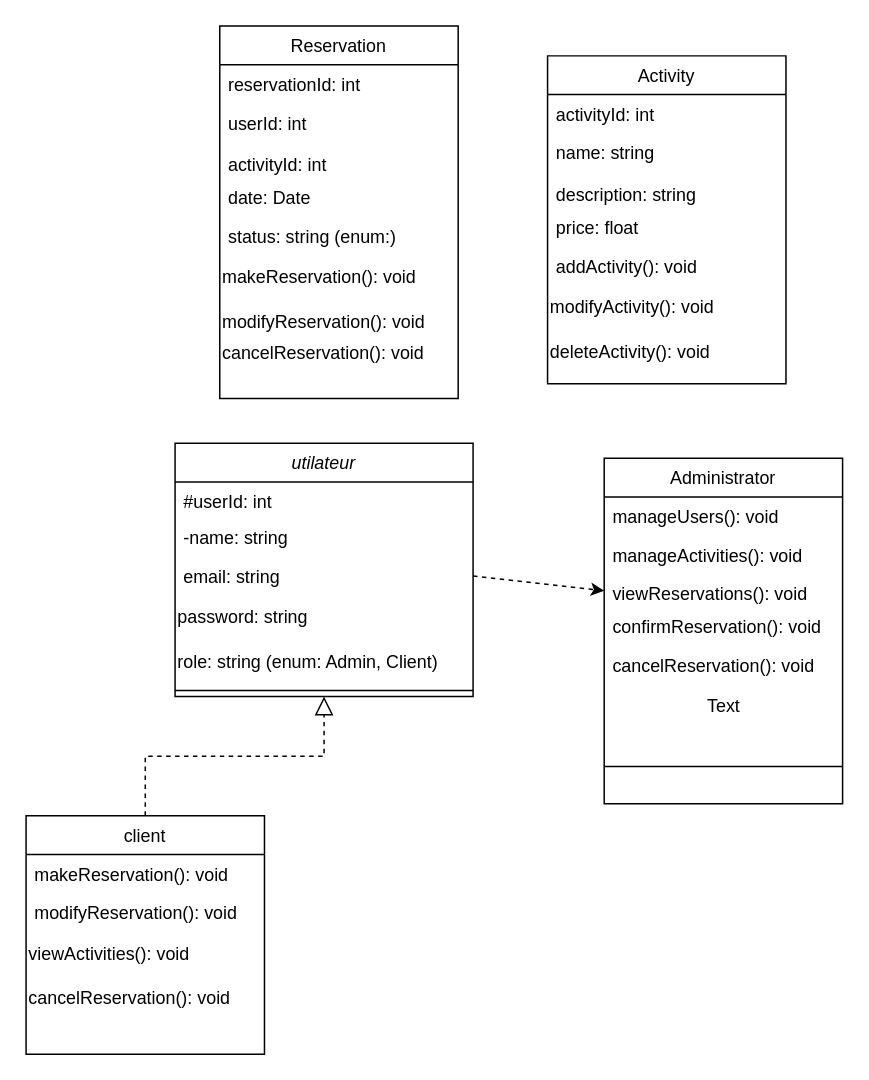
Earlier version of the draw.io diagram diagrame_class.drawio (ligh-cloud/site-de-voyage-2.0). Source tidied: cells renumbered, new cells numbered last; positions are measured from the earlier drawing's top-left corner, leaving out a move shared by most shapes. Both pictures are drawn from the tidied source at 149%, with x=0, y=0 at pixel (25, 25).
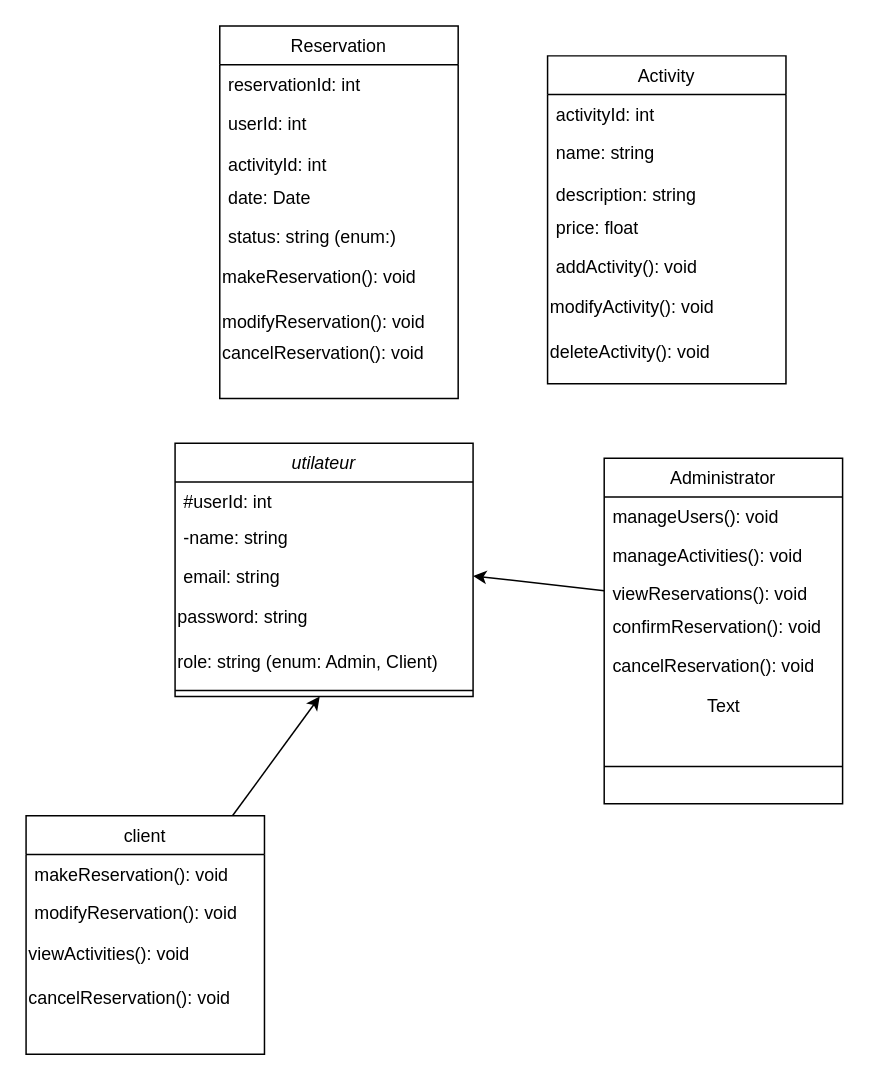
After the change.

Commit message (it also covers changes not shown here):
modifying the sql file

The change refers to these unchanged cells:
```xml
<mxCell id="2" value="utilateur" style="swimlane;fontStyle=2;align=center;verticalAlign=top;horizontal=1;startSize=26;rounded=0;shadow=0;strokeWidth=1;" parent="1" vertex="1">
  <mxGeometry x="100" y="280" width="200" height="170" as="geometry" />
</mxCell>
<mxCell id="5" value="email: string" style="text;align=left;verticalAlign=top;spacingLeft=4;spacingRight=4;overflow=hidden;points=[[0,0.5],[1,0.5]];portConstraint=eastwest;rounded=0;shadow=0;html=0;" parent="2" vertex="1">
  <mxGeometry y="76" width="200" height="26" as="geometry" />
</mxCell>
<mxCell id="8" style="line;html=1;strokeWidth=1;align=left;verticalAlign=middle;spacingTop=-1;spacingLeft=3;spacingRight=3;labelPosition=right;points=[];portConstraint=eastwest;" parent="2" vertex="1">
  <mxGeometry y="162" width="200" height="8" as="geometry" />
</mxCell>
<mxCell id="9" value="client" style="swimlane;fontStyle=0;align=center;verticalAlign=top;horizontal=1;startSize=26;rounded=0;shadow=0;strokeWidth=1;" parent="1" vertex="1">
  <mxGeometry y="530" width="160" height="160" as="geometry" />
</mxCell>
<mxCell id="18" value="viewReservations(): void" style="text;align=left;verticalAlign=top;spacingLeft=4;spacingRight=4;overflow=hidden;points=[[0,0.5],[1,0.5]];portConstraint=eastwest;rounded=0;shadow=0;html=0;" parent="15" vertex="1">
  <mxGeometry y="78" width="160" height="22" as="geometry" />
</mxCell>
```

Diff of the diagram source:
```diff
@@
+    <mxCell id="41" style="edgeStyle=none;html=1;" parent="1" edge="1" source="9" target="8">
+      <mxGeometry relative="1" as="geometry" />
+    </mxCell>
@@
-    <mxCell id="14" style="endArrow=block;endSize=10;endFill=0;shadow=0;strokeWidth=1;rounded=0;edgeStyle=elbowEdgeStyle;elbow=vertical;dashed=1;" parent="1" edge="1" source="9" target="2">
-      <mxGeometry relative="1" as="geometry" />
-    </mxCell>
@@
-    <mxCell id="23" style="edgeStyle=none;html=1;exitX=1;exitY=0.5;exitDx=0;exitDy=0;entryX=0;entryY=0.5;entryDx=0;entryDy=0;dashed=1;" parent="1" edge="1" source="5" target="18">
-      <mxGeometry relative="1" as="geometry" />
-    </mxCell>
@@
+    <mxCell id="42" style="edgeStyle=none;html=1;exitX=0;exitY=0.5;exitDx=0;exitDy=0;entryX=1;entryY=0.5;entryDx=0;entryDy=0;" parent="1" edge="1" source="18" target="5">
+      <mxGeometry relative="1" as="geometry" />
+    </mxCell>
```
